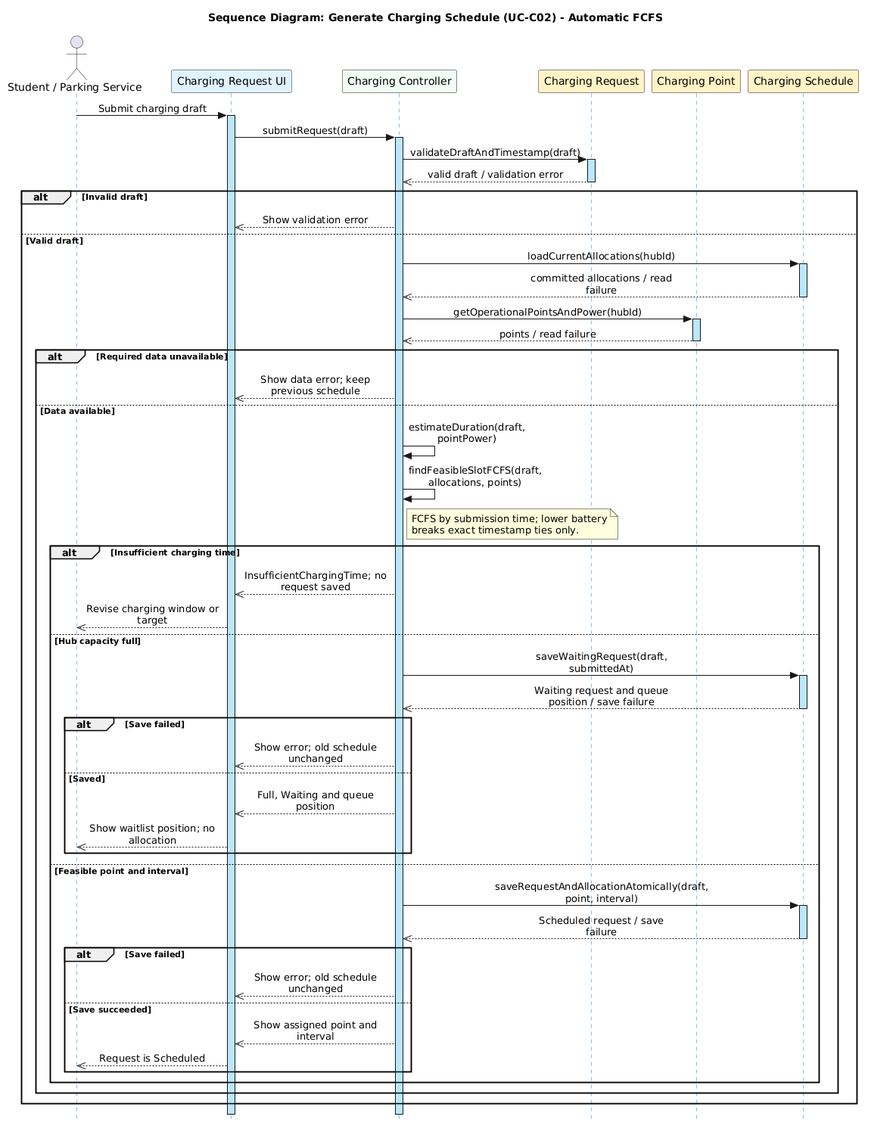
thanhpham1108/smart-e-mobility-hub keeps this PlantUML diagram as docs/submission-2/sequence-diagrams/smart-charging/SD_GenerateChargingSchedule.png. Above is the earlier version.
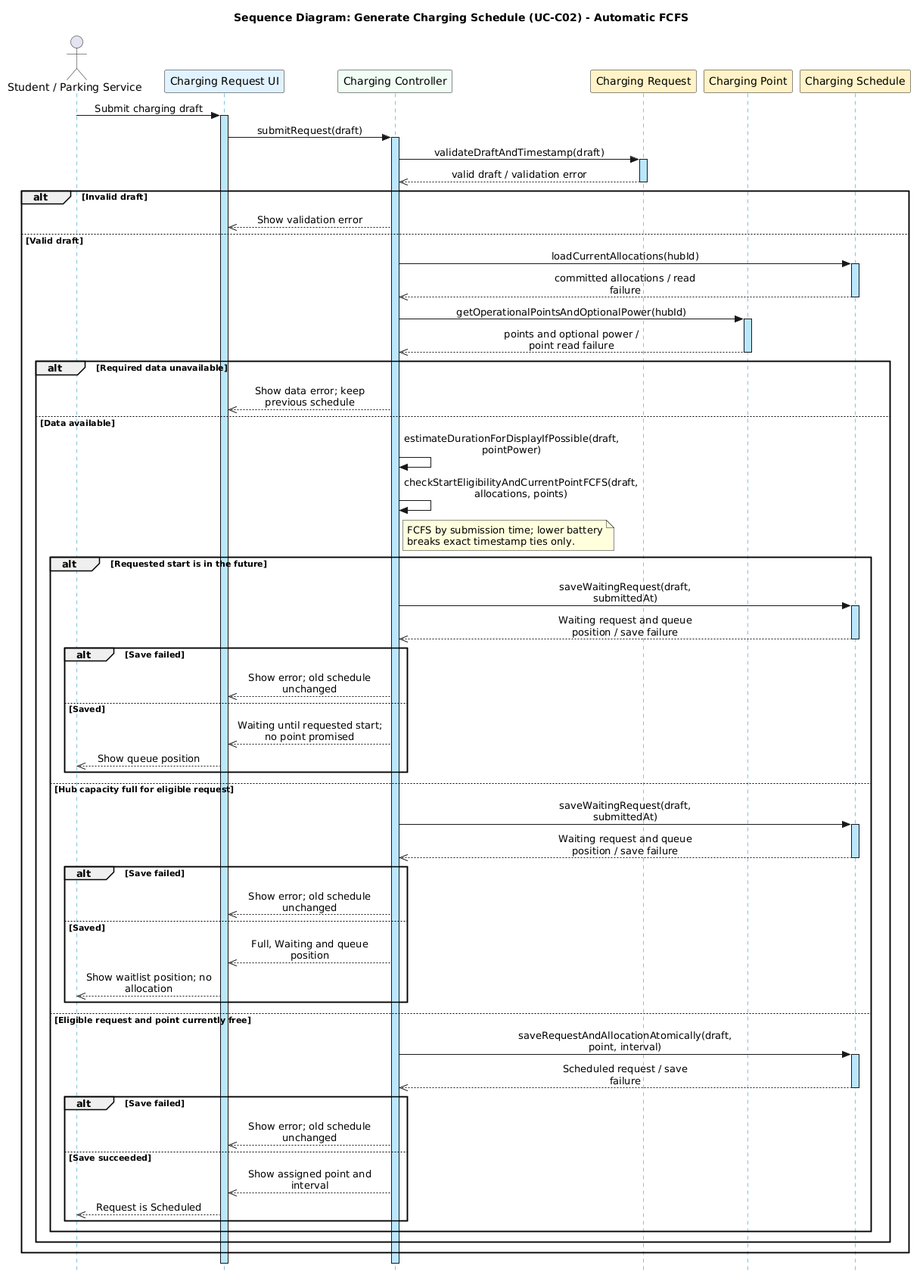
The same diagram one commit later.

Diff of the diagram source:
```diff
@@ -1,4 +1,4 @@
-@startuml SD_GenerateChargingSchedule
+@startuml
 skinparam style strictuml
 skinparam sequenceMessageAlign center
 skinparam linetype ortho
@@ -31,23 +31,31 @@
   activate Sched
   Sched -->> Ctrl : committed allocations / read failure
   deactivate Sched
-  Ctrl -> Point : getOperationalPointsAndPower(hubId)
+  Ctrl -> Point : getOperationalPointsAndOptionalPower(hubId)
   activate Point
-  Point -->> Ctrl : points / read failure
+  Point -->> Ctrl : points and optional power / point read failure
   deactivate Point
   alt Required data unavailable
     Ctrl -->> UI : Show data error; keep previous schedule
   else Data available
-    Ctrl -> Ctrl : estimateDuration(draft, pointPower)
-    Ctrl -> Ctrl : findFeasibleSlotFCFS(draft, allocations, points)
+    Ctrl -> Ctrl : estimateDurationForDisplayIfPossible(draft, pointPower)
+    Ctrl -> Ctrl : checkStartEligibilityAndCurrentPointFCFS(draft, allocations, points)
     note right of Ctrl
       FCFS by submission time; lower battery
       breaks exact timestamp ties only.
     end note
-    alt Insufficient charging time
-      Ctrl -->> UI : InsufficientChargingTime; no request saved
-      UI -->> Caller : Revise charging window or target
-    else Hub capacity full
+    alt Requested start is in the future
+      Ctrl -> Sched : saveWaitingRequest(draft, submittedAt)
+      activate Sched
+      Sched -->> Ctrl : Waiting request and queue position / save failure
+      deactivate Sched
+      alt Save failed
+        Ctrl -->> UI : Show error; old schedule unchanged
+      else Saved
+        Ctrl -->> UI : Waiting until requested start; no point promised
+        UI -->> Caller : Show queue position
+      end
+    else Hub capacity full for eligible request
       Ctrl -> Sched : saveWaitingRequest(draft, submittedAt)
       activate Sched
       Sched -->> Ctrl : Waiting request and queue position / save failure
@@ -58,7 +66,7 @@
         Ctrl -->> UI : Full, Waiting and queue position
         UI -->> Caller : Show waitlist position; no allocation
       end
-    else Feasible point and interval
+    else Eligible request and point currently free
       Ctrl -> Sched : saveRequestAndAllocationAtomically(draft, point, interval)
       activate Sched
       Sched -->> Ctrl : Scheduled request / save failure
```
